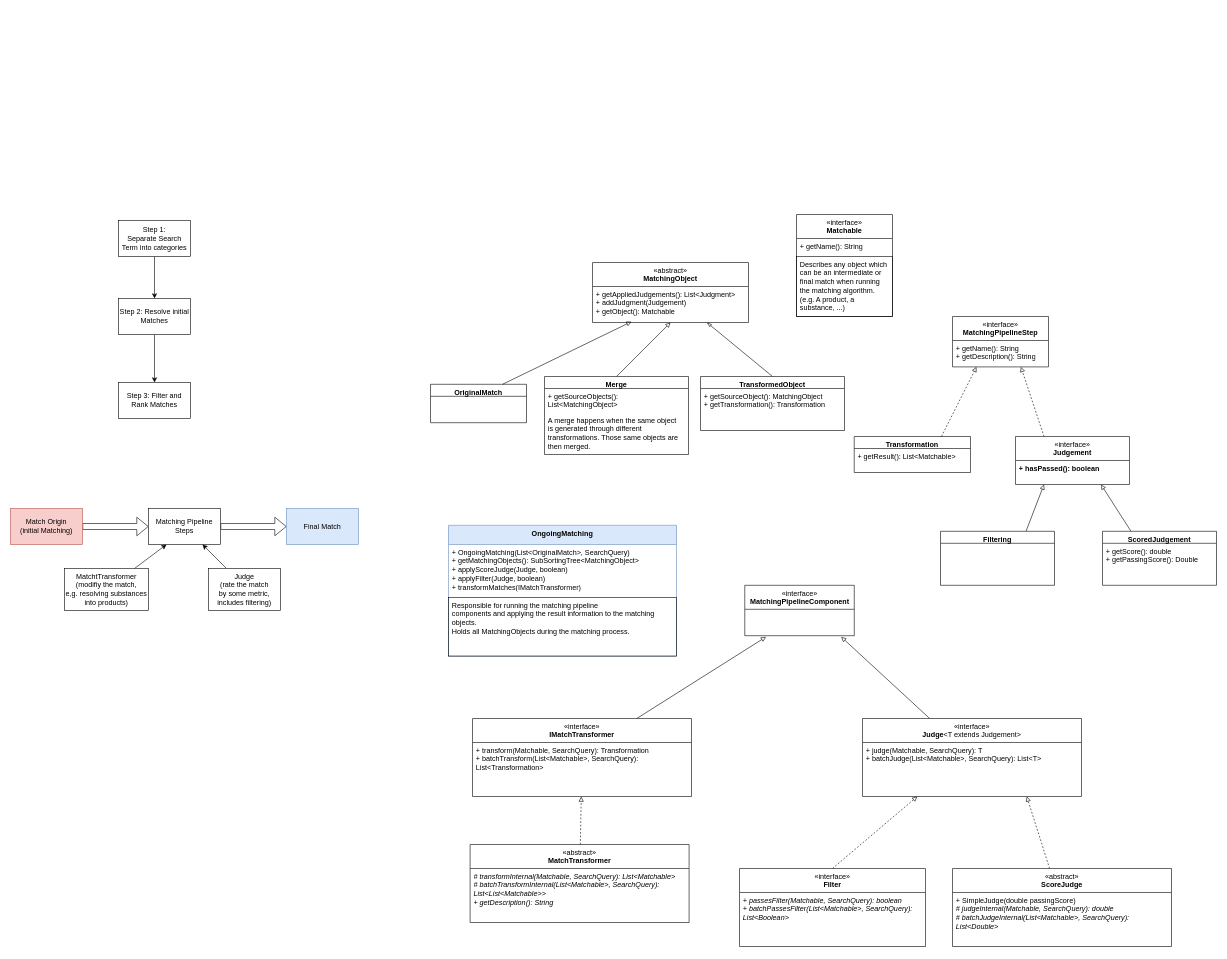
Earlier version of the draw.io diagram doc/Unstructured Structure Planning.drawio (medizininformatik-initiative/Medication-Graph-FHIR-Converter). Source tidied: cells renumbered, new cells numbered last; positions are measured from the earlier drawing's top-left corner, leaving out a move shared by most shapes. Both pictures are drawn from the tidied source at 60%, with x=0, y=0 at pixel (10, 214).
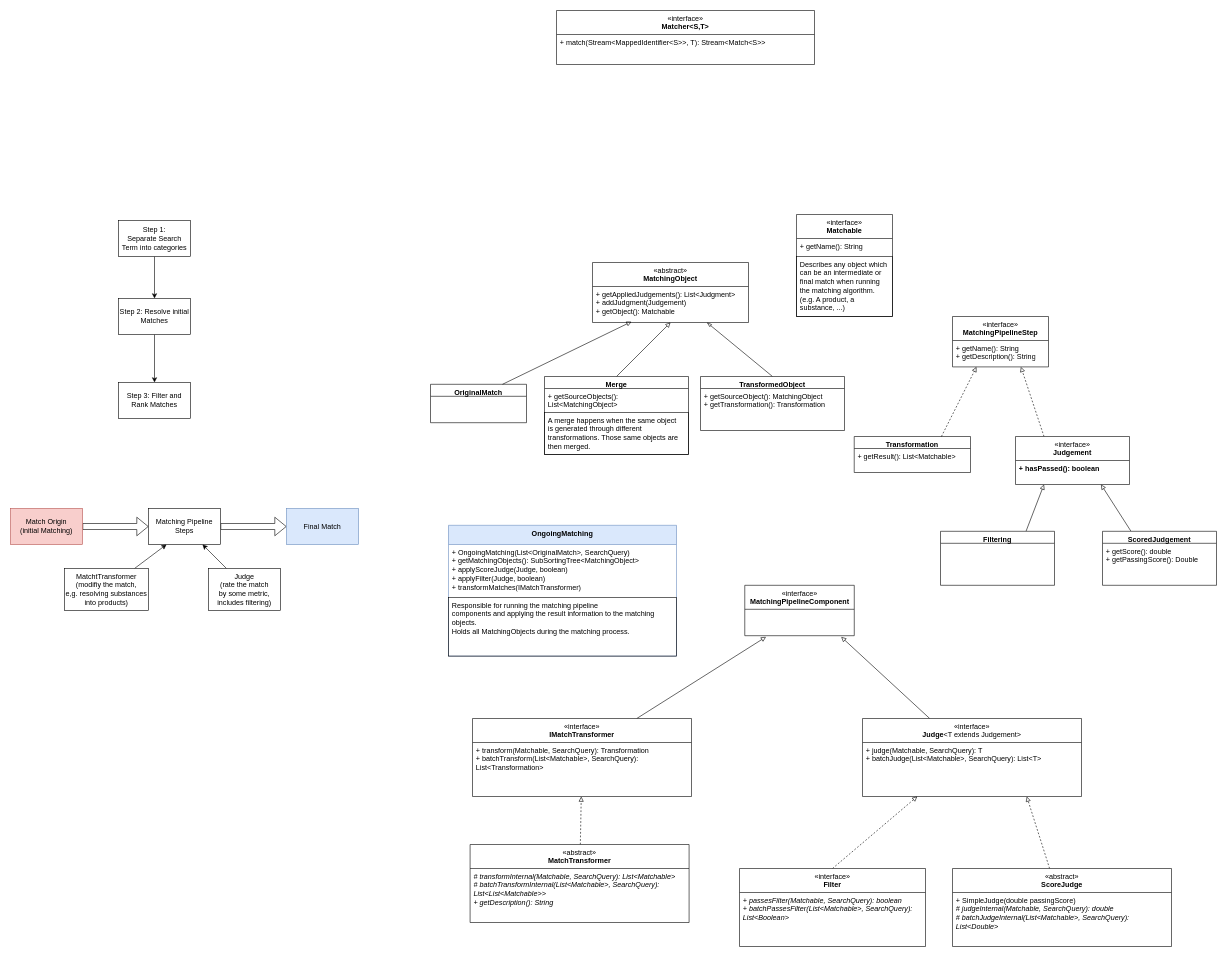
The same diagram, later.

Unchanged cells that the change refers to:
```xml
<mxCell id="57" value="Merge" style="swimlane;fontStyle=1;align=center;verticalAlign=top;horizontal=1;startSize=20;whiteSpace=wrap;html=1;" parent="1" vertex="1">
  <mxGeometry x="890" y="270" width="240" height="130" as="geometry" />
</mxCell>
```

Change to the diagram source:
```diff
@@
-    <mxCell id="59" value="&lt;div&gt;A merge happens when the same object&lt;/div&gt;&lt;div&gt;is generated through different transformations. Those same objects are then merged.&lt;br&gt;&lt;/div&gt;" style="text;strokeColor=none;fillColor=none;align=left;verticalAlign=top;spacingLeft=4;spacingRight=4;overflow=hidden;whiteSpace=wrap;html=1;" parent="57" vertex="1">
+    <mxCell id="59" value="&lt;div&gt;A merge happens when the same object&lt;/div&gt;&lt;div&gt;is generated through different transformations. Those same objects are then merged.&lt;br&gt;&lt;/div&gt;" style="text;strokeColor=default;fillColor=none;align=left;verticalAlign=top;spacingLeft=4;spacingRight=4;overflow=hidden;whiteSpace=wrap;html=1;" parent="57" vertex="1">
       <mxGeometry y="60" width="240" height="70" as="geometry" />
     </mxCell>
@@
+    <mxCell id="62" value="&lt;div&gt;&lt;span style=&quot;font-weight: normal;&quot;&gt;«interface»&lt;/span&gt;&lt;br&gt;&lt;/div&gt;&lt;div&gt;Matcher&amp;lt;S,T&amp;gt;&lt;/div&gt;" style="swimlane;fontStyle=1;align=center;verticalAlign=top;horizontal=1;startSize=40;whiteSpace=wrap;html=1;" parent="1" vertex="1">
+      <mxGeometry x="910" y="-340" width="430" height="90" as="geometry" />
+    </mxCell>
+    <mxCell id="63" value="&lt;div&gt;+ match(Stream&amp;lt;MappedIdentifier&amp;lt;S&amp;gt;&amp;gt;, T): Stream&amp;lt;Match&amp;lt;S&amp;gt;&amp;gt;&lt;/div&gt;" style="text;strokeColor=none;fillColor=none;align=left;verticalAlign=top;spacingLeft=4;spacingRight=4;overflow=hidden;whiteSpace=wrap;html=1;" parent="62" vertex="1">
+      <mxGeometry y="40" width="430" height="50" as="geometry" />
+    </mxCell>
```
